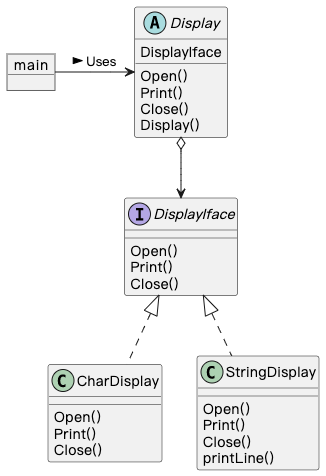
This is 03_template_method/template_method.png from A11Might/golang-design-pattern, a PlantUML export, as it was before one commit. Its source is kept beside it as 03_template_method/template_method.puml. The source it was exported from:
```plantuml
@startuml

object main
interface DisplayIface {
    Open()
	Print()
	Close()
}
abstract class Display {
    DisplayIface
    Open()
	Print()
	Close()
    Display()
}
class CharDisplay {
    Open()
	Print()
	Close()
}
class StringDisplay {
    Open()
	Print()
	Close()
    printLine()
}

main -> Display: Uses >
Display o--> DisplayIface
DisplayIface <|.. CharDisplay
DisplayIface <|.. StringDisplay

@enduml
```
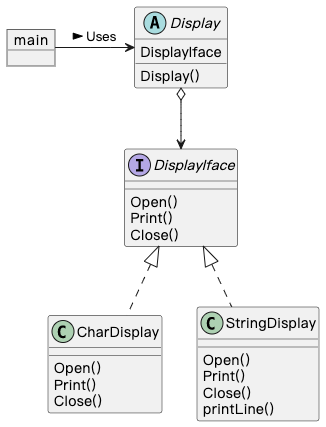
After the commit.

Commit message:
add factory method pattern

Diff of the diagram source:
```diff
@@ -8,9 +8,6 @@
 }
 abstract class Display {
     DisplayIface
-    Open()
-	Print()
-	Close()
     Display()
 }
 class CharDisplay {
```
